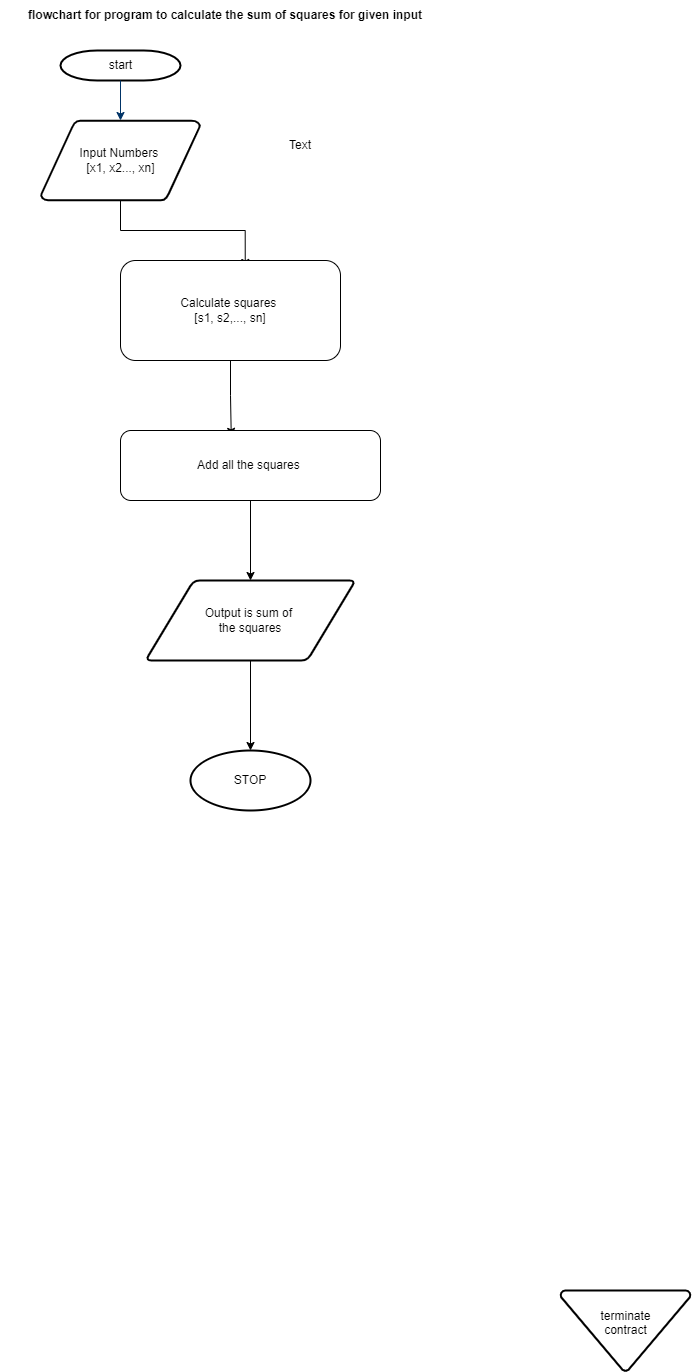
Earlier version of the draw.io export squaresum.png (BongweKE/flowchartsTemp). Source tidied: cells renumbered, new cells last; positions are measured from the earlier drawing's top-left corner, leaving out a move shared by most shapes.
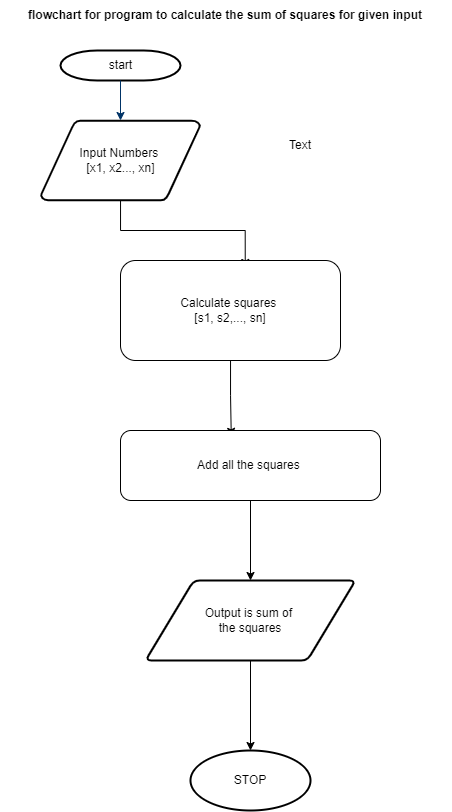
Later version of the same file.

The edit, as a diff of the source:
```diff
@@ -14,9 +14,6 @@
     <mxCell id="5" style="fontStyle=1;strokeColor=#003366;strokeWidth=1;html=1;" parent="1" edge="1" source="2" target="4">
       <mxGeometry relative="1" as="geometry" />
     </mxCell>
-    <mxCell id="6" value="terminate&#10;contract&#10;" style="shape=mxgraph.flowchart.merge_or_storage;strokeWidth=2;gradientColor=none;gradientDirection=north;fontStyle=0;html=1;" parent="1" vertex="1">
-      <mxGeometry x="560" y="1290" width="130" height="80.5" as="geometry" />
-    </mxCell>
     <mxCell id="7" style="edgeStyle=elbowEdgeStyle;elbow=horizontal;exitX=1;exitY=0.5;exitPerimeter=0;entryX=0.905;entryY=0.5;entryPerimeter=0;fontStyle=1;strokeColor=#003366;strokeWidth=1;html=1;" parent="1" edge="1" target="x">
       <mxGeometry as="geometry">
         <mxPoint x="180.5" y="1109.2" as="sourcePoint" />
```
